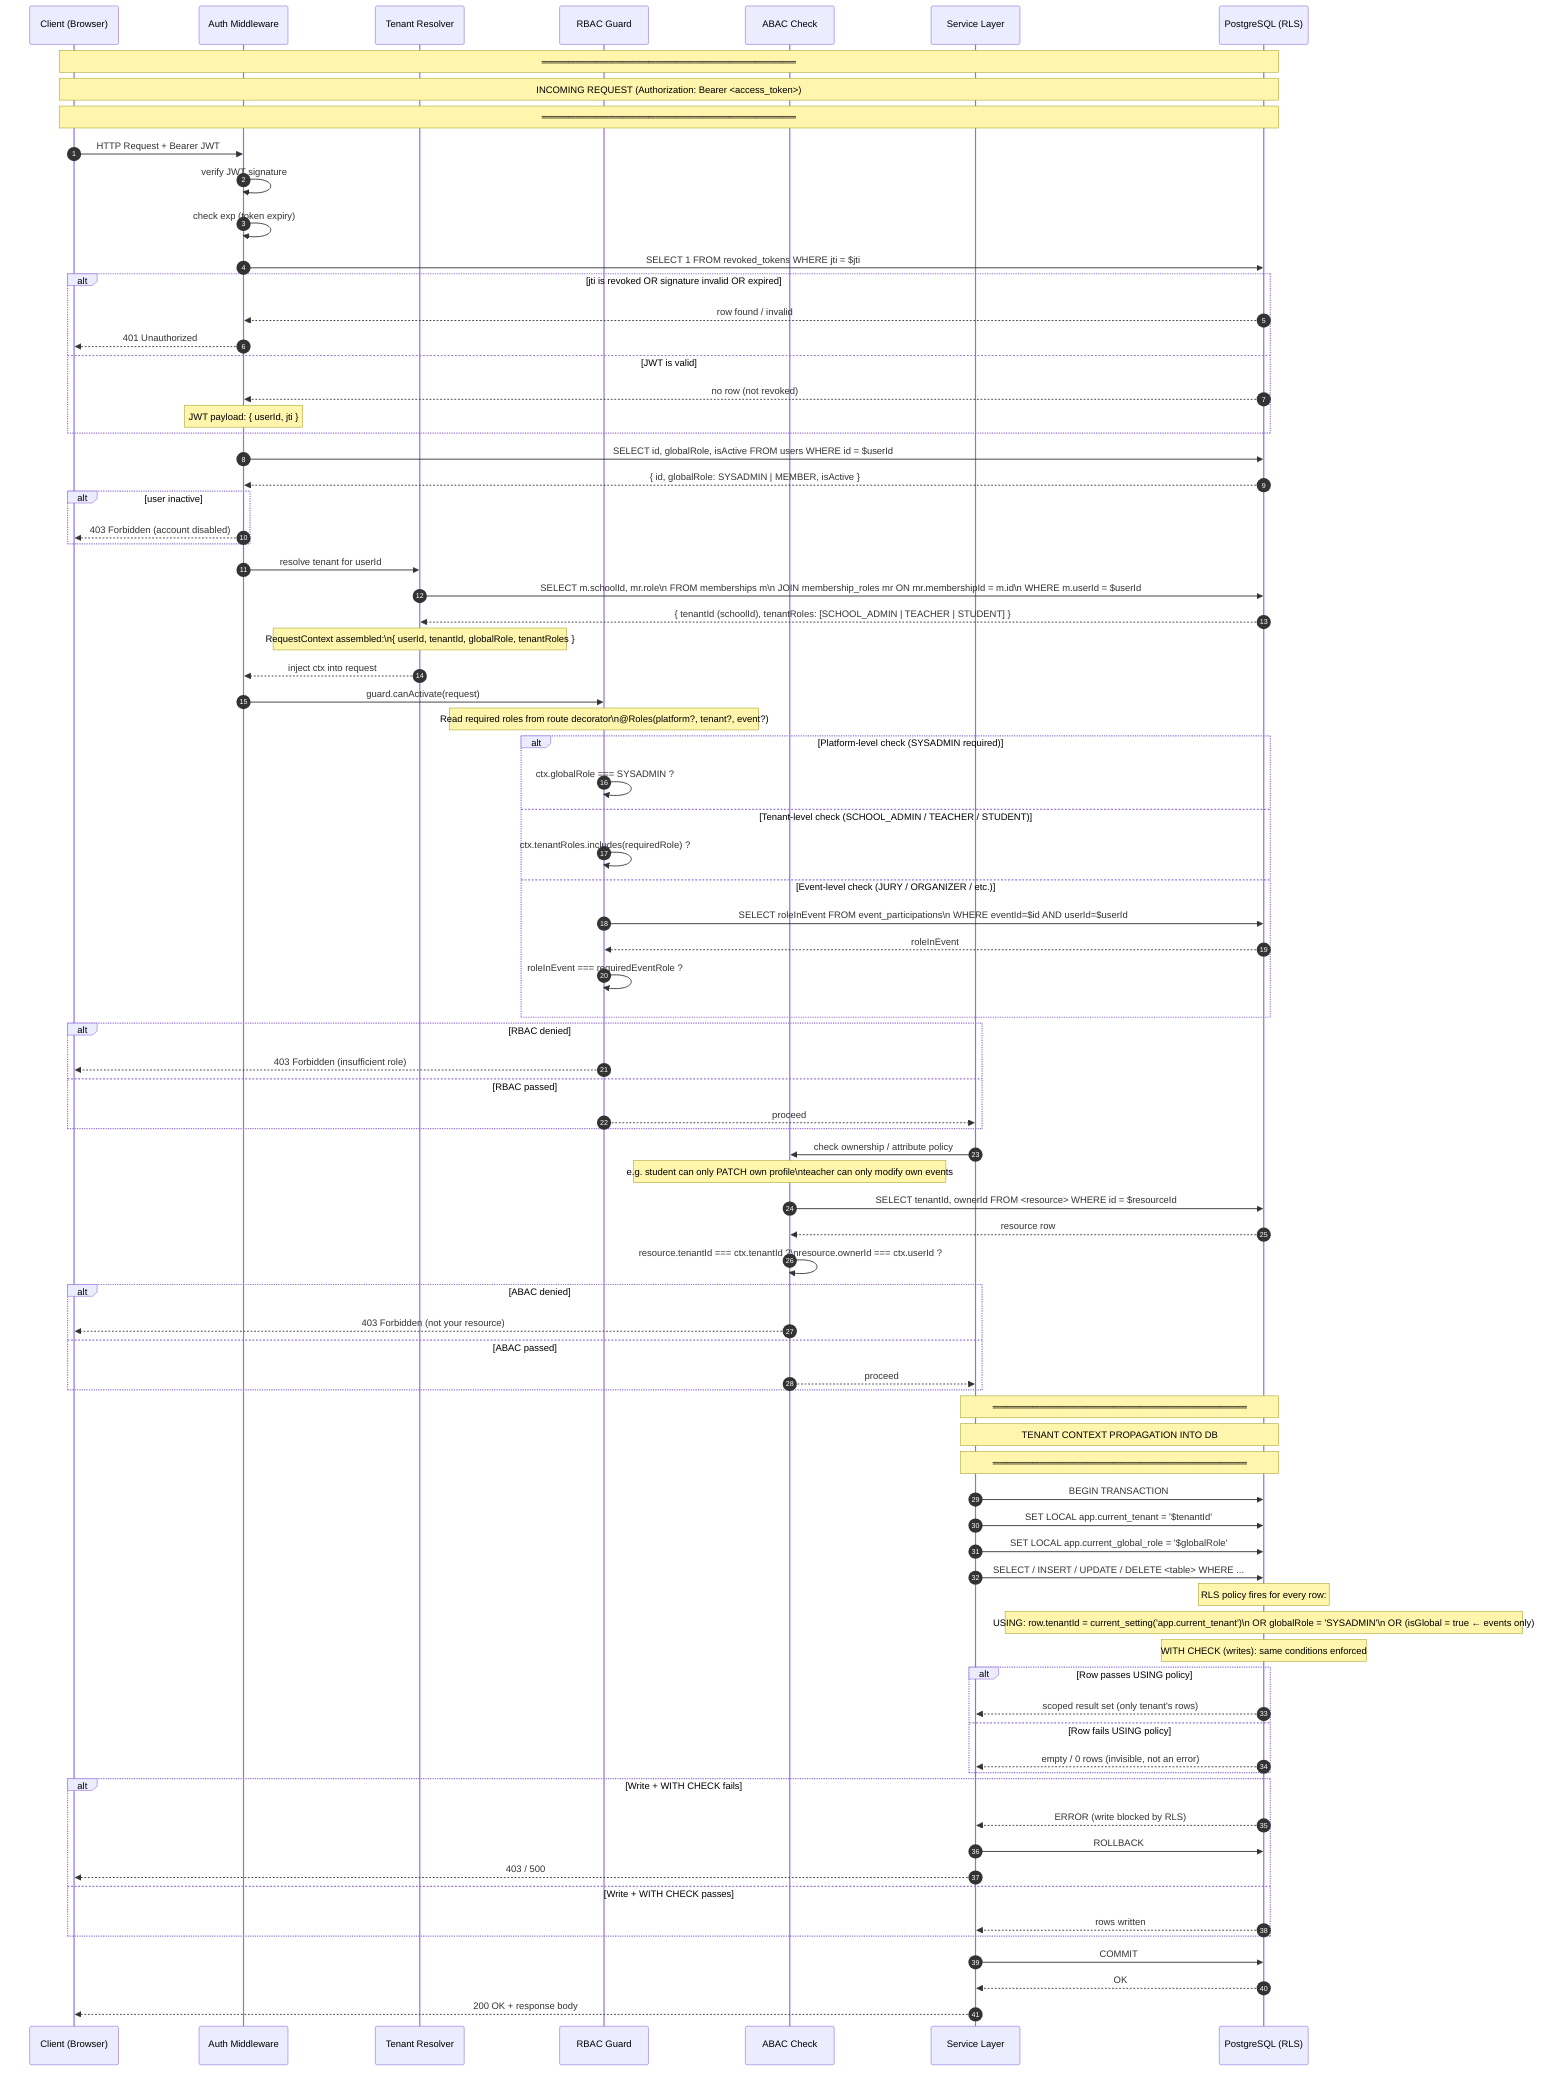
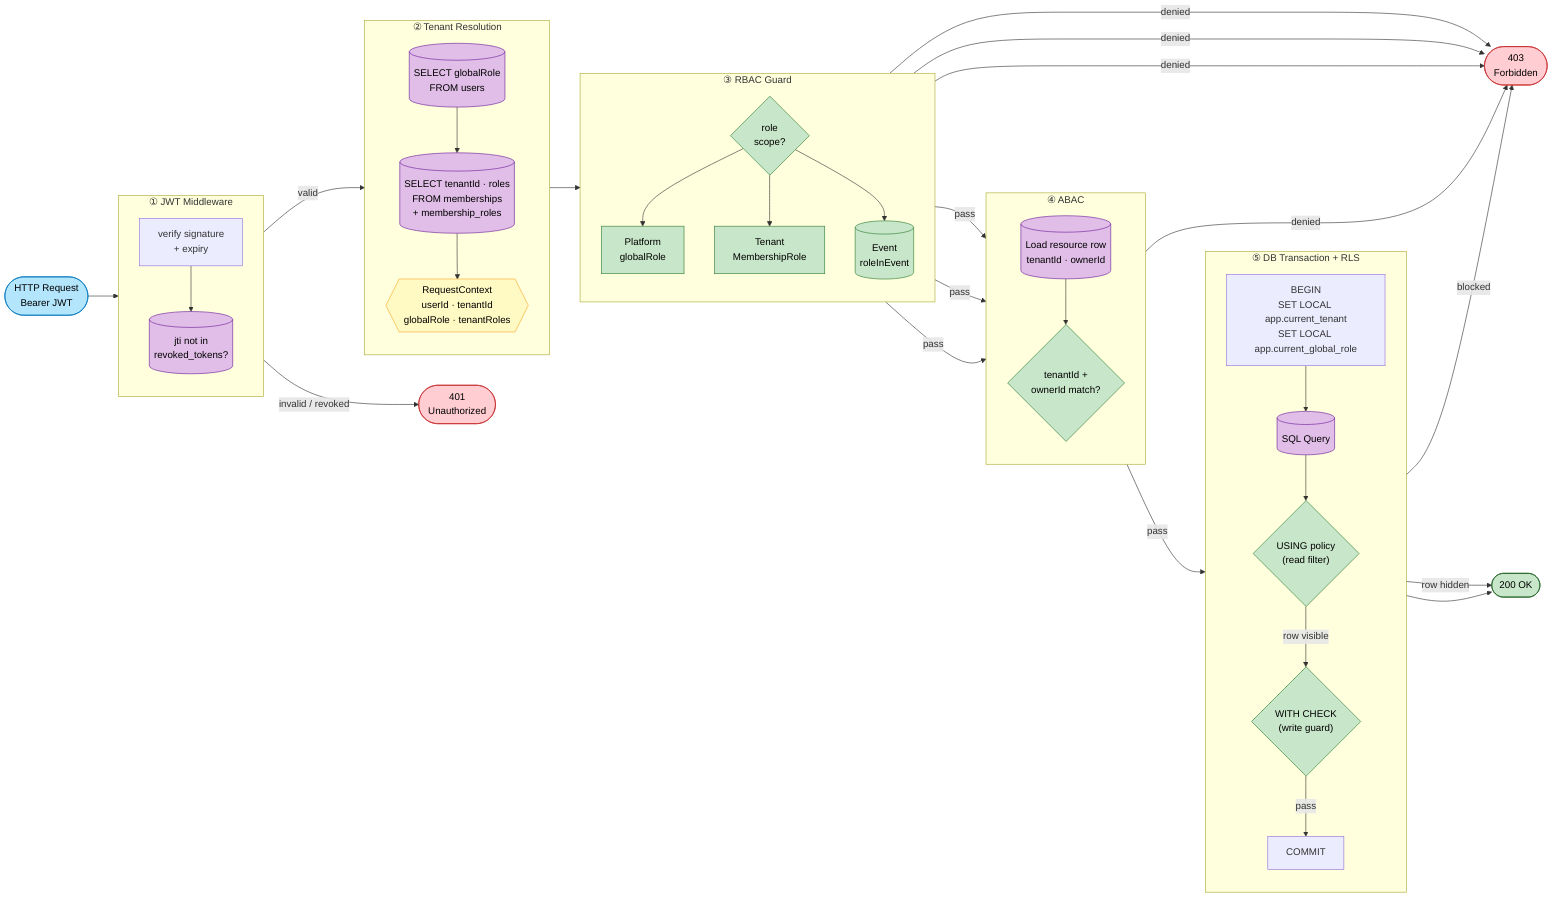
- sequenceDiagram
-     autonumber
+ flowchart LR

-     participant C as Client (Browser)
-     participant MW as Auth Middleware
-     participant TR as Tenant Resolver
-     participant RG as RBAC Guard
-     participant AB as ABAC Check
-     participant SVC as Service Layer
-     participant DB as PostgreSQL (RLS)
+     REQ(["HTTP Request\nBearer JWT"])

-     Note over C,DB: ══════════════════════════════════════
-     Note over C,DB: INCOMING REQUEST  (Authorization: Bearer <access_token>)
-     Note over C,DB: ══════════════════════════════════════
- 
-     C->>MW: HTTP Request + Bearer JWT
- 
-     %% ─── STEP 1: JWT Validation ───
-     MW->>MW: verify JWT signature
-     MW->>MW: check exp (token expiry)
-     MW->>DB: SELECT 1 FROM revoked_tokens WHERE jti = $jti
-     alt jti is revoked OR signature invalid OR expired
-         DB-->>MW: row found / invalid
-         MW-->>C: 401 Unauthorized
-     else JWT is valid
-         DB-->>MW: no row (not revoked)
-         Note over MW: JWT payload: { userId, jti }
+     subgraph AUTH ["① JWT Middleware"]
+         direction TB
+         A1["verify signature\n+ expiry"]
+         A2[("jti not in\nrevoked_tokens?")]
+         A1 --> A2
    end

-     %% ─── STEP 2: Load User + Global Role ───
-     MW->>DB: SELECT id, globalRole, isActive FROM users WHERE id = $userId
-     DB-->>MW: { id, globalRole: SYSADMIN | MEMBER, isActive }
-     alt user inactive
-         MW-->>C: 403 Forbidden (account disabled)
+     subgraph TENCTX ["② Tenant Resolution"]
+         direction TB
+         T1[("SELECT globalRole\nFROM users")]
+         T2[("SELECT tenantId · roles\nFROM memberships\n+ membership_roles")]
+         T3{{"RequestContext\nuserId · tenantId\nglobalRole · tenantRoles"}}
+         T1 --> T2 --> T3
    end

-     %% ─── STEP 3: Tenant Context Resolution ───
-     MW->>TR: resolve tenant for userId
-     TR->>DB: SELECT m.schoolId, mr.role\n        FROM memberships m\n        JOIN membership_roles mr ON mr.membershipId = m.id\n        WHERE m.userId = $userId
-     DB-->>TR: { tenantId (schoolId), tenantRoles: [SCHOOL_ADMIN | TEACHER | STUDENT] }
- 
-     Note over TR: RequestContext assembled:\n{ userId, tenantId, globalRole, tenantRoles }
-     TR-->>MW: inject ctx into request
- 
-     %% ─── STEP 4: RBAC Guard ───
-     MW->>RG: guard.canActivate(request)
-     Note over RG: Read required roles from route decorator\n@Roles(platform?, tenant?, event?)
- 
-     alt Platform-level check (SYSADMIN required)
-         RG->>RG: ctx.globalRole === SYSADMIN ?
-     else Tenant-level check (SCHOOL_ADMIN / TEACHER / STUDENT)
-         RG->>RG: ctx.tenantRoles.includes(requiredRole) ?
-     else Event-level check (JURY / ORGANIZER / etc.)
-         RG->>DB: SELECT roleInEvent FROM event_participations\n        WHERE eventId=$id AND userId=$userId
-         DB-->>RG: roleInEvent
-         RG->>RG: roleInEvent === requiredEventRole ?
+     subgraph RBAC ["③ RBAC Guard"]
+         direction TB
+         RB1{"role\nscope?"}
+         RB2["Platform\nglobalRole"]
+         RB3["Tenant\nMembershipRole"]
+         RB4[("Event\nroleInEvent")]
+         RB1 --> RB2 & RB3 & RB4
    end

-     alt RBAC denied
-         RG-->>C: 403 Forbidden (insufficient role)
-     else RBAC passed
-         RG-->>SVC: proceed
+     subgraph ABAC ["④ ABAC"]
+         direction TB
+         AB1[("Load resource row\ntenantId · ownerId")]
+         AB2{"tenantId +\nownerId match?"}
+         AB1 --> AB2
    end

-     %% ─── STEP 5: ABAC (resource ownership) ───
-     SVC->>AB: check ownership / attribute policy
-     Note over AB: e.g. student can only PATCH own profile\nteacher can only modify own events
-     AB->>DB: SELECT tenantId, ownerId FROM <resource> WHERE id = $resourceId
-     DB-->>AB: resource row
-     AB->>AB: resource.tenantId === ctx.tenantId ?\nresource.ownerId === ctx.userId ?
-     alt ABAC denied
-         AB-->>C: 403 Forbidden (not your resource)
-     else ABAC passed
-         AB-->>SVC: proceed
+     subgraph DBTX ["⑤ DB Transaction + RLS"]
+         direction TB
+         D1["BEGIN\nSET LOCAL app.current_tenant\nSET LOCAL app.current_global_role"]
+         D2[("SQL Query")]
+         D3{"USING policy\n(read filter)"}
+         D4{"WITH CHECK\n(write guard)"}
+         D5["COMMIT"]
+         D1 --> D2 --> D3
+         D3 -->|row visible| D4
+         D4 -->|pass| D5
    end

-     %% ─── STEP 6: DB Transaction + RLS Context ───
-     Note over SVC,DB: ══════════════════════════════════════
-     Note over SVC,DB: TENANT CONTEXT PROPAGATION INTO DB
-     Note over SVC,DB: ══════════════════════════════════════
+     E401(["401\nUnauthorized"])
+     E403(["403\nForbidden"])
+     OK(["200 OK"])

-     SVC->>DB: BEGIN TRANSACTION
-     SVC->>DB: SET LOCAL app.current_tenant = '$tenantId'
-     SVC->>DB: SET LOCAL app.current_global_role = '$globalRole'
+     %% Main happy path
+     REQ --> AUTH
+     A2 -->|valid| TENCTX
+     T3 --> RBAC
+     RB2 & RB3 & RB4 -->|pass| ABAC
+     AB2 -->|pass| DBTX
+     D5 --> OK

-     %% ─── STEP 7: Query + RLS Enforcement ───
-     SVC->>DB: SELECT / INSERT / UPDATE / DELETE <table> WHERE ...
+     %% Error paths
+     A2 -->|invalid / revoked| E401
+     RB2 & RB3 & RB4 -->|denied| E403
+     AB2 -->|denied| E403
+     D3 -->|row hidden| OK
+     D4 -->|blocked| E403

-     Note over DB: RLS policy fires for every row:
-     Note over DB: USING: row.tenantId = current_setting('app.current_tenant')\n   OR  globalRole = 'SYSADMIN'\n   OR  (isGlobal = true  ← events only)
-     Note over DB: WITH CHECK (writes): same conditions enforced
+     %% Styles
+     classDef db    fill:#E1BEE7,stroke:#6A1B9A,color:#000
+     classDef ctx   fill:#FFF9C4,stroke:#F9A825,color:#000
+     classDef guard fill:#C8E6C9,stroke:#2E7D32,color:#000
+     classDef error fill:#FFCDD2,stroke:#C62828,color:#000
+     classDef ok    fill:#C8E6C9,stroke:#1B5E20,color:#000
+     classDef req   fill:#B3E5FC,stroke:#0277BD,color:#000

-     alt Row passes USING policy
-         DB-->>SVC: scoped result set (only tenant's rows)
-     else Row fails USING policy
-         DB-->>SVC: empty / 0 rows (invisible, not an error)
-     end
- 
-     alt Write + WITH CHECK fails
-         DB-->>SVC: ERROR (write blocked by RLS)
-         SVC->>DB: ROLLBACK
-         SVC-->>C: 403 / 500
-     else Write + WITH CHECK passes
-         DB-->>SVC: rows written
-     end
- 
-     SVC->>DB: COMMIT
-     DB-->>SVC: OK
-     SVC-->>C: 200 OK + response body
+     class A2,T1,T2,AB1,D2 db
+     class T3 ctx
+     class RB1,RB2,RB3,RB4,AB2,D3,D4 guard
+     class E401,E403 error
+     class OK ok
+     class REQ req
